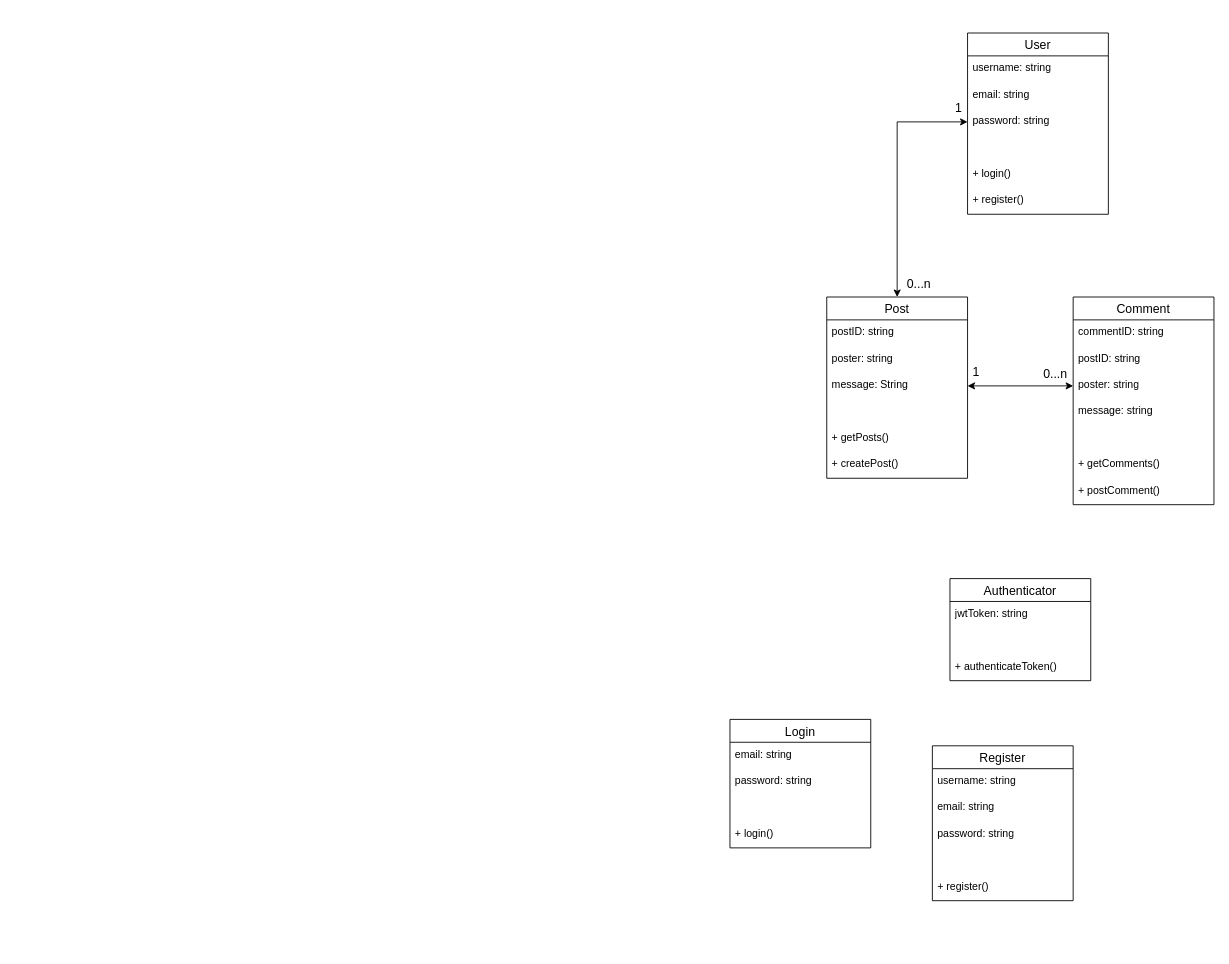
MiroRahkonen/Distributed-systems-project keeps this draw.io diagram as Documentation/UML-diagram.drawio. Above is the earlier version. Source tidied: cells renumbered, new cells numbered last; positions are measured from the earlier drawing's top-left corner, leaving out a move shared by most shapes. Both pictures are drawn from the tidied source at 88%, with x=0, y=0 at pixel (730, 33).
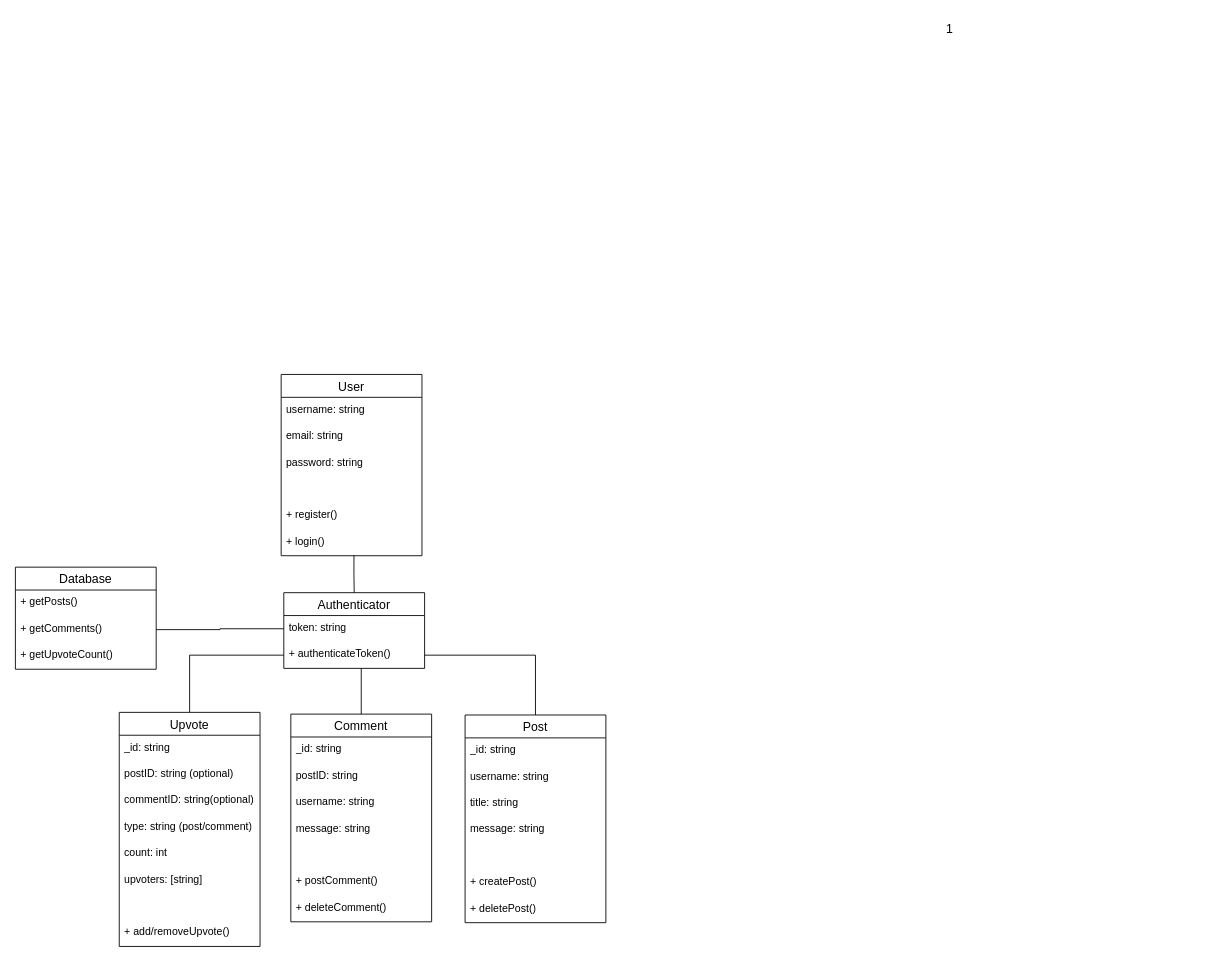
The same diagram, later.

Change to the diagram source:
```diff
@@
-    <mxCell id="2" style="edgeStyle=orthogonalEdgeStyle;rounded=0;jettySize=auto;html=1;exitX=0.5;exitY=0;exitDx=0;exitDy=0;entryX=0;entryY=0.5;entryDx=0;entryDy=0;startArrow=classic;startFill=1;" parent="1" edge="1" source="3" target="25">
-      <mxGeometry relative="1" as="geometry" />
-    </mxCell>
+    <mxCell id="45" style="edgeStyle=orthogonalEdgeStyle;rounded=0;jettySize=auto;html=1;exitX=0.5;exitY=0;exitDx=0;exitDy=0;entryX=1;entryY=0.5;entryDx=0;entryDy=0;endArrow=none;endFill=0;" parent="1" edge="1" source="3" target="21">
+      <mxGeometry relative="1" as="geometry" />
+    </mxCell>
     <mxCell id="3" value="Post" style="swimlane;fontStyle=0;horizontal=1;startSize=26;align=center;fontSize=14;" parent="1" vertex="1">
-      <mxGeometry x="110" y="300" width="160" height="206" as="geometry" />
+      <mxGeometry x="-301" y="775" width="160" height="236" as="geometry" />
     </mxCell>
-    <mxCell id="4" value="postID: string" style="text;strokeColor=none;fillColor=none;spacingLeft=4;spacingRight=4;overflow=hidden;fontSize=12;whiteSpace=wrap;html=1;" parent="3" vertex="1">
+    <mxCell id="4" value="_id: string" style="text;strokeColor=none;fillColor=none;spacingLeft=4;spacingRight=4;overflow=hidden;fontSize=12;whiteSpace=wrap;html=1;" parent="3" vertex="1">
       <mxGeometry y="26" width="160" height="30" as="geometry" />
     </mxCell>
-    <mxCell id="5" value="poster: string" style="text;strokeColor=none;fillColor=none;spacingLeft=4;spacingRight=4;overflow=hidden;fontSize=12;whiteSpace=wrap;html=1;" parent="3" vertex="1">
+    <mxCell id="5" value="username: string" style="text;strokeColor=none;fillColor=none;spacingLeft=4;spacingRight=4;overflow=hidden;fontSize=12;whiteSpace=wrap;html=1;" parent="3" vertex="1">
       <mxGeometry y="56" width="160" height="30" as="geometry" />
     </mxCell>
-    <mxCell id="6" value="message: String" style="text;strokeColor=none;fillColor=none;spacingLeft=4;spacingRight=4;overflow=hidden;points=[[0,0.5],[1,0.5]];portConstraint=eastwest;fontSize=12;whiteSpace=wrap;html=1;" parent="3" vertex="1">
+    <mxCell id="6" value="title: string" style="text;strokeColor=none;fillColor=none;spacingLeft=4;spacingRight=4;overflow=hidden;points=[[0,0.5],[1,0.5]];portConstraint=eastwest;fontSize=12;whiteSpace=wrap;html=1;" parent="3" vertex="1">
       <mxGeometry y="86" width="160" height="30" as="geometry" />
     </mxCell>
-    <mxCell id="7" style="text;strokeColor=none;fillColor=none;spacingLeft=4;spacingRight=4;overflow=hidden;fontSize=12;whiteSpace=wrap;html=1;" parent="3" vertex="1">
-      <mxGeometry y="116" width="160" height="30" as="geometry" />
-    </mxCell>
-    <mxCell id="8" value="+ getPosts()" style="text;strokeColor=none;fillColor=none;spacingLeft=4;spacingRight=4;overflow=hidden;fontSize=12;whiteSpace=wrap;html=1;" parent="3" vertex="1">
-      <mxGeometry y="146" width="160" height="30" as="geometry" />
-    </mxCell>
+    <mxCell id="46" value="message: string" style="text;strokeColor=none;fillColor=none;spacingLeft=4;spacingRight=4;overflow=hidden;fontSize=12;whiteSpace=wrap;html=1;" parent="3" vertex="1">
+      <mxGeometry y="116" width="160" height="30" as="geometry" />
+    </mxCell>
+    <mxCell id="47" value="&amp;nbsp; &amp;nbsp;" style="text;strokeColor=none;fillColor=none;spacingLeft=4;spacingRight=4;overflow=hidden;fontSize=12;whiteSpace=wrap;html=1;" parent="3" vertex="1">
+      <mxGeometry y="146" width="160" height="30" as="geometry" />
+    </mxCell>
@@
+    <mxCell id="48" value="+ deletePost()" style="text;strokeColor=none;fillColor=none;spacingLeft=4;spacingRight=4;overflow=hidden;fontSize=12;whiteSpace=wrap;html=1;" parent="3" vertex="1">
+      <mxGeometry y="206" width="160" height="30" as="geometry" />
+    </mxCell>
+    <mxCell id="49" style="edgeStyle=orthogonalEdgeStyle;rounded=0;jettySize=auto;html=1;exitX=0.5;exitY=0;exitDx=0;exitDy=0;entryX=0.55;entryY=0.987;entryDx=0;entryDy=0;entryPerimeter=0;endArrow=none;endFill=0;" parent="1" edge="1" source="10" target="21">
+      <mxGeometry relative="1" as="geometry" />
+    </mxCell>
     <mxCell id="10" value="Comment" style="swimlane;fontStyle=0;horizontal=1;startSize=26;align=center;fontSize=14;" parent="1" vertex="1">
-      <mxGeometry x="390" y="300" width="160" height="236" as="geometry" />
+      <mxGeometry x="-499" y="774" width="160" height="236" as="geometry" />
     </mxCell>
-    <mxCell id="11" value="commentID: string" style="text;strokeColor=none;fillColor=none;spacingLeft=4;spacingRight=4;overflow=hidden;fontSize=12;whiteSpace=wrap;html=1;" parent="10" vertex="1">
+    <mxCell id="11" value="_id: string" style="text;strokeColor=none;fillColor=none;spacingLeft=4;spacingRight=4;overflow=hidden;fontSize=12;whiteSpace=wrap;html=1;" parent="10" vertex="1">
       <mxGeometry y="26" width="160" height="30" as="geometry" />
     </mxCell>
@@
-    <mxCell id="13" value="poster: string" style="text;strokeColor=none;fillColor=none;spacingLeft=4;spacingRight=4;overflow=hidden;points=[[0,0.5],[1,0.5]];portConstraint=eastwest;fontSize=12;whiteSpace=wrap;html=1;" parent="10" vertex="1">
+    <mxCell id="13" value="username: string" style="text;strokeColor=none;fillColor=none;spacingLeft=4;spacingRight=4;overflow=hidden;points=[[0,0.5],[1,0.5]];portConstraint=eastwest;fontSize=12;whiteSpace=wrap;html=1;" parent="10" vertex="1">
       <mxGeometry y="86" width="160" height="30" as="geometry" />
     </mxCell>
@@
-    <mxCell id="16" value="+ getComments()" style="text;strokeColor=none;fillColor=none;spacingLeft=4;spacingRight=4;overflow=hidden;points=[[0,0.5],[1,0.5]];portConstraint=eastwest;fontSize=12;whiteSpace=wrap;html=1;" parent="10" vertex="1">
-      <mxGeometry y="176" width="160" height="30" as="geometry" />
-    </mxCell>
     <mxCell id="17" value="+ postComment()" style="text;strokeColor=none;fillColor=none;spacingLeft=4;spacingRight=4;overflow=hidden;fontSize=12;whiteSpace=wrap;html=1;" parent="10" vertex="1">
-      <mxGeometry y="206" width="160" height="30" as="geometry" />
+      <mxGeometry y="176" width="160" height="30" as="geometry" />
     </mxCell>
-    <mxCell id="18" value="Authenticator" style="swimlane;fontStyle=0;horizontal=1;startSize=26;align=center;fontSize=14;" parent="1" vertex="1">
-      <mxGeometry x="250" y="620" width="160" height="116" as="geometry" />
-    </mxCell>
-    <mxCell id="19" value="jwtToken: string" style="text;strokeColor=none;fillColor=none;spacingLeft=4;spacingRight=4;overflow=hidden;fontSize=12;whiteSpace=wrap;html=1;" parent="18" vertex="1">
-      <mxGeometry y="26" width="160" height="30" as="geometry" />
-    </mxCell>
-    <mxCell id="20" style="text;strokeColor=none;fillColor=none;spacingLeft=4;spacingRight=4;overflow=hidden;fontSize=12;whiteSpace=wrap;html=1;" parent="18" vertex="1">
-      <mxGeometry y="56" width="160" height="30" as="geometry" />
-    </mxCell>
-    <mxCell id="21" value="+ authenticateToken()" style="text;strokeColor=none;fillColor=none;spacingLeft=4;spacingRight=4;overflow=hidden;points=[[0,0.5],[1,0.5]];portConstraint=eastwest;fontSize=12;whiteSpace=wrap;html=1;" parent="18" vertex="1">
-      <mxGeometry y="86" width="160" height="30" as="geometry" />
-    </mxCell>
+    <mxCell id="50" value="+ deleteComment()" style="text;strokeColor=none;fillColor=none;spacingLeft=4;spacingRight=4;overflow=hidden;fontSize=12;whiteSpace=wrap;html=1;" parent="10" vertex="1">
+      <mxGeometry y="206" width="160" height="30" as="geometry" />
+    </mxCell>
     <mxCell id="22" value="User" style="swimlane;fontStyle=0;horizontal=1;startSize=26;align=center;fontSize=14;" parent="1" vertex="1">
-      <mxGeometry x="270" width="160" height="206" as="geometry" />
+      <mxGeometry x="-510" y="388" width="160" height="206" as="geometry" />
     </mxCell>
@@
-    <mxCell id="24" value="email: string" style="text;strokeColor=none;fillColor=none;spacingLeft=4;spacingRight=4;overflow=hidden;fontSize=12;whiteSpace=wrap;html=1;" parent="22" vertex="1">
-      <mxGeometry y="56" width="160" height="30" as="geometry" />
-    </mxCell>
-    <mxCell id="25" value="password: string" style="text;strokeColor=none;fillColor=none;spacingLeft=4;spacingRight=4;overflow=hidden;points=[[0,0.5],[1,0.5]];portConstraint=eastwest;fontSize=12;whiteSpace=wrap;html=1;" parent="22" vertex="1">
-      <mxGeometry y="86" width="160" height="30" as="geometry" />
+    <mxCell id="25" value="email: string" style="text;strokeColor=none;fillColor=none;spacingLeft=4;spacingRight=4;overflow=hidden;points=[[0,0.5],[1,0.5]];portConstraint=eastwest;fontSize=12;whiteSpace=wrap;html=1;" parent="22" vertex="1">
+      <mxGeometry y="56" width="160" height="30" as="geometry" />
     </mxCell>
-    <mxCell id="26" style="text;strokeColor=none;fillColor=none;spacingLeft=4;spacingRight=4;overflow=hidden;fontSize=12;whiteSpace=wrap;html=1;" parent="22" vertex="1">
-      <mxGeometry y="116" width="160" height="30" as="geometry" />
-    </mxCell>
-    <mxCell id="27" value="+ login()" style="text;strokeColor=none;fillColor=none;spacingLeft=4;spacingRight=4;overflow=hidden;fontSize=12;whiteSpace=wrap;html=1;" parent="22" vertex="1">
-      <mxGeometry y="146" width="160" height="30" as="geometry" />
-    </mxCell>
-    <mxCell id="28" value="+ register()" style="text;strokeColor=none;fillColor=none;spacingLeft=4;spacingRight=4;overflow=hidden;fontSize=12;whiteSpace=wrap;html=1;" parent="22" vertex="1">
-      <mxGeometry y="176" width="160" height="30" as="geometry" />
-    </mxCell>
-    <mxCell id="29" value="Login" style="swimlane;fontStyle=0;horizontal=1;startSize=26;align=center;fontSize=14;" parent="1" vertex="1">
-      <mxGeometry y="780" width="160" height="146" as="geometry" />
-    </mxCell>
-    <mxCell id="30" value="email: string" style="text;strokeColor=none;fillColor=none;spacingLeft=4;spacingRight=4;overflow=hidden;fontSize=12;whiteSpace=wrap;html=1;" parent="29" vertex="1">
-      <mxGeometry y="26" width="160" height="30" as="geometry" />
-    </mxCell>
-    <mxCell id="31" value="password: string" style="text;strokeColor=none;fillColor=none;spacingLeft=4;spacingRight=4;overflow=hidden;fontSize=12;whiteSpace=wrap;html=1;" parent="29" vertex="1">
-      <mxGeometry y="56" width="160" height="30" as="geometry" />
-    </mxCell>
-    <mxCell id="32" style="text;strokeColor=none;fillColor=none;spacingLeft=4;spacingRight=4;overflow=hidden;fontSize=12;whiteSpace=wrap;html=1;" parent="29" vertex="1">
-      <mxGeometry y="86" width="160" height="30" as="geometry" />
-    </mxCell>
-    <mxCell id="33" value="+ login()" style="text;strokeColor=none;fillColor=none;spacingLeft=4;spacingRight=4;overflow=hidden;fontSize=12;whiteSpace=wrap;html=1;" parent="29" vertex="1">
-      <mxGeometry y="116" width="160" height="30" as="geometry" />
-    </mxCell>
-    <mxCell id="34" value="Register" style="swimlane;fontStyle=0;horizontal=1;startSize=26;align=center;fontSize=14;" parent="1" vertex="1">
-      <mxGeometry x="230" y="810" width="160" height="176" as="geometry" />
-    </mxCell>
-    <mxCell id="35" value="username: string" style="text;strokeColor=none;fillColor=none;spacingLeft=4;spacingRight=4;overflow=hidden;fontSize=12;whiteSpace=wrap;html=1;" parent="34" vertex="1">
-      <mxGeometry y="26" width="160" height="30" as="geometry" />
-    </mxCell>
-    <mxCell id="36" value="email: string" style="text;strokeColor=none;fillColor=none;spacingLeft=4;spacingRight=4;overflow=hidden;fontSize=12;whiteSpace=wrap;html=1;" parent="34" vertex="1">
-      <mxGeometry y="56" width="160" height="30" as="geometry" />
-    </mxCell>
-    <mxCell id="37" value="password: string" style="text;strokeColor=none;fillColor=none;spacingLeft=4;spacingRight=4;overflow=hidden;fontSize=12;whiteSpace=wrap;html=1;" parent="34" vertex="1">
+    <mxCell id="37" value="password: string" style="text;strokeColor=none;fillColor=none;spacingLeft=4;spacingRight=4;overflow=hidden;fontSize=12;whiteSpace=wrap;html=1;" parent="22" vertex="1">
       <mxGeometry y="86" width="160" height="30" as="geometry" />
     </mxCell>
-    <mxCell id="38" style="text;strokeColor=none;fillColor=none;spacingLeft=4;spacingRight=4;overflow=hidden;fontSize=12;whiteSpace=wrap;html=1;" parent="34" vertex="1">
-      <mxGeometry y="116" width="160" height="30" as="geometry" />
-    </mxCell>
+    <mxCell id="51" value="&amp;nbsp; &amp;nbsp; &amp;nbsp;" style="text;strokeColor=none;fillColor=none;spacingLeft=4;spacingRight=4;overflow=hidden;fontSize=12;whiteSpace=wrap;html=1;" parent="22" vertex="1">
+      <mxGeometry y="116" width="160" height="30" as="geometry" />
+    </mxCell>
-    <mxCell id="39" value="+ register()" style="text;strokeColor=none;fillColor=none;spacingLeft=4;spacingRight=4;overflow=hidden;fontSize=12;whiteSpace=wrap;html=1;" parent="34" vertex="1">
+    <mxCell id="39" value="+ register()" style="text;strokeColor=none;fillColor=none;spacingLeft=4;spacingRight=4;overflow=hidden;fontSize=12;whiteSpace=wrap;html=1;" parent="22" vertex="1">
       <mxGeometry y="146" width="160" height="30" as="geometry" />
     </mxCell>
-    <mxCell id="40" style="edgeStyle=orthogonalEdgeStyle;rounded=0;jettySize=auto;html=1;exitX=1;exitY=0.5;exitDx=0;exitDy=0;entryX=0;entryY=0.5;entryDx=0;entryDy=0;startArrow=classic;startFill=1;" parent="1" edge="1" source="6" target="13">
-      <mxGeometry relative="1" as="geometry" />
-    </mxCell>
-    <mxCell id="41" value="&lt;font style=&quot;font-size: 14px;&quot;&gt;0...n&lt;/font&gt;" style="text;html=1;strokeColor=none;fillColor=none;align=center;verticalAlign=middle;whiteSpace=wrap;rounded=0;" parent="1" vertex="1">
-      <mxGeometry x="340" y="373" width="60" height="30" as="geometry" />
-    </mxCell>
+    <mxCell id="52" value="+ login()" style="text;strokeColor=none;fillColor=none;spacingLeft=4;spacingRight=4;overflow=hidden;points=[[0,0.5],[1,0.5]];portConstraint=eastwest;fontSize=12;whiteSpace=wrap;html=1;" parent="22" vertex="1">
+      <mxGeometry y="176" width="160" height="30" as="geometry" />
+    </mxCell>
     <mxCell id="42" value="&lt;font style=&quot;font-size: 14px;&quot;&gt;1&lt;/font&gt;" style="text;html=1;strokeColor=none;fillColor=none;align=center;verticalAlign=middle;whiteSpace=wrap;rounded=0;" parent="1" vertex="1">
-      <mxGeometry x="250" y="70" width="20" height="30" as="geometry" />
+      <mxGeometry x="240" y="-20" width="20" height="30" as="geometry" />
     </mxCell>
-    <mxCell id="43" value="&lt;font style=&quot;font-size: 14px;&quot;&gt;1&lt;/font&gt;" style="text;html=1;strokeColor=none;fillColor=none;align=center;verticalAlign=middle;whiteSpace=wrap;rounded=0;" parent="1" vertex="1">
-      <mxGeometry x="270" y="370" width="20" height="30" as="geometry" />
-    </mxCell>
-    <mxCell id="44" value="&lt;font style=&quot;font-size: 14px;&quot;&gt;0...n&lt;/font&gt;" style="text;html=1;strokeColor=none;fillColor=none;align=center;verticalAlign=middle;whiteSpace=wrap;rounded=0;" parent="1" vertex="1">
-      <mxGeometry x="200" y="270" width="30" height="30" as="geometry" />
-    </mxCell>
+    <mxCell id="53" value="Upvote" style="swimlane;fontStyle=0;horizontal=1;startSize=26;align=center;fontSize=14;" parent="1" vertex="1">
+      <mxGeometry x="-694" y="772" width="160" height="266" as="geometry" />
+    </mxCell>
+    <mxCell id="54" value="_id: string" style="text;strokeColor=none;fillColor=none;spacingLeft=4;spacingRight=4;overflow=hidden;fontSize=12;whiteSpace=wrap;html=1;" parent="53" vertex="1">
+      <mxGeometry y="26" width="160" height="30" as="geometry" />
+    </mxCell>
+    <mxCell id="55" value="postID: string (optional)" style="text;strokeColor=none;fillColor=none;spacingLeft=4;spacingRight=4;overflow=hidden;fontSize=12;whiteSpace=wrap;html=1;" parent="53" vertex="1">
+      <mxGeometry y="56" width="160" height="30" as="geometry" />
+    </mxCell>
+    <mxCell id="56" value="commentID: string(optional)" style="text;strokeColor=none;fillColor=none;spacingLeft=4;spacingRight=4;overflow=hidden;fontSize=12;whiteSpace=wrap;html=1;" parent="53" vertex="1">
+      <mxGeometry y="86" width="160" height="30" as="geometry" />
+    </mxCell>
+    <mxCell id="57" value="type: string (post/comment)" style="text;strokeColor=none;fillColor=none;spacingLeft=4;spacingRight=4;overflow=hidden;fontSize=12;whiteSpace=wrap;html=1;" parent="53" vertex="1">
+      <mxGeometry y="116" width="160" height="30" as="geometry" />
+    </mxCell>
+    <mxCell id="58" value="count: int" style="text;strokeColor=none;fillColor=none;spacingLeft=4;spacingRight=4;overflow=hidden;fontSize=12;whiteSpace=wrap;html=1;" parent="53" vertex="1">
+      <mxGeometry y="146" width="160" height="30" as="geometry" />
+    </mxCell>
+    <mxCell id="59" value="upvoters: [string]" style="text;strokeColor=none;fillColor=none;spacingLeft=4;spacingRight=4;overflow=hidden;fontSize=12;whiteSpace=wrap;html=1;" parent="53" vertex="1">
+      <mxGeometry y="176" width="160" height="30" as="geometry" />
+    </mxCell>
+    <mxCell id="60" value="&amp;nbsp; &amp;nbsp;" style="text;strokeColor=none;fillColor=none;spacingLeft=4;spacingRight=4;overflow=hidden;fontSize=12;whiteSpace=wrap;html=1;" parent="53" vertex="1">
+      <mxGeometry y="206" width="160" height="30" as="geometry" />
+    </mxCell>
+    <mxCell id="61" value="+ add/removeUpvote()" style="text;strokeColor=none;fillColor=none;spacingLeft=4;spacingRight=4;overflow=hidden;fontSize=12;whiteSpace=wrap;html=1;" parent="53" vertex="1">
+      <mxGeometry y="236" width="160" height="30" as="geometry" />
+    </mxCell>
+    <mxCell id="18" value="Authenticator" style="swimlane;fontStyle=0;horizontal=1;startSize=26;align=center;fontSize=14;" parent="1" vertex="1">
+      <mxGeometry x="-507" y="636" width="160" height="86" as="geometry" />
+    </mxCell>
+    <mxCell id="62" value="token: string" style="text;strokeColor=none;fillColor=none;spacingLeft=4;spacingRight=4;overflow=hidden;points=[[0,0.5],[1,0.5]];portConstraint=eastwest;fontSize=12;whiteSpace=wrap;html=1;" parent="18" vertex="1">
+      <mxGeometry y="26" width="160" height="30" as="geometry" />
+    </mxCell>
+    <mxCell id="21" value="+ authenticateToken()" style="text;strokeColor=none;fillColor=none;spacingLeft=4;spacingRight=4;overflow=hidden;points=[[0,0.5],[1,0.5]];portConstraint=eastwest;fontSize=12;whiteSpace=wrap;html=1;" parent="18" vertex="1">
+      <mxGeometry y="56" width="160" height="30" as="geometry" />
+    </mxCell>
+    <mxCell id="63" style="edgeStyle=orthogonalEdgeStyle;rounded=0;jettySize=auto;html=1;exitX=0;exitY=0.5;exitDx=0;exitDy=0;entryX=0.5;entryY=0;entryDx=0;entryDy=0;endArrow=none;endFill=0;" parent="1" edge="1" source="21" target="53">
+      <mxGeometry relative="1" as="geometry" />
+    </mxCell>
+    <mxCell id="64" style="edgeStyle=orthogonalEdgeStyle;rounded=0;jettySize=auto;html=1;exitX=0.517;exitY=0.981;exitDx=0;exitDy=0;entryX=0.5;entryY=0;entryDx=0;entryDy=0;exitPerimeter=0;endArrow=none;endFill=0;" parent="1" edge="1" source="52" target="18">
+      <mxGeometry relative="1" as="geometry" />
+    </mxCell>
+    <mxCell id="65" value="Database" style="swimlane;fontStyle=0;horizontal=1;startSize=26;align=center;fontSize=14;" parent="1" vertex="1">
+      <mxGeometry x="-812" y="607" width="160" height="116" as="geometry" />
+    </mxCell>
+    <mxCell id="8" value="+ getPosts()" style="text;strokeColor=none;fillColor=none;spacingLeft=4;spacingRight=4;overflow=hidden;fontSize=12;whiteSpace=wrap;html=1;" parent="65" vertex="1">
+      <mxGeometry y="26" width="160" height="30" as="geometry" />
+    </mxCell>
+    <mxCell id="16" value="+ getComments()" style="text;strokeColor=none;fillColor=none;spacingLeft=4;spacingRight=4;overflow=hidden;points=[[0,0.5],[1,0.5]];portConstraint=eastwest;fontSize=12;whiteSpace=wrap;html=1;" parent="65" vertex="1">
+      <mxGeometry y="56" width="160" height="30" as="geometry" />
+    </mxCell>
+    <mxCell id="66" value="+ getUpvoteCount()" style="text;strokeColor=none;fillColor=none;spacingLeft=4;spacingRight=4;overflow=hidden;fontSize=12;whiteSpace=wrap;html=1;" parent="65" vertex="1">
+      <mxGeometry y="86" width="160" height="30" as="geometry" />
+    </mxCell>
+    <mxCell id="67" style="edgeStyle=orthogonalEdgeStyle;rounded=0;jettySize=auto;html=1;exitX=0;exitY=0.5;exitDx=0;exitDy=0;entryX=1;entryY=0.5;entryDx=0;entryDy=0;endArrow=none;endFill=0;" parent="1" edge="1" source="62" target="16">
+      <mxGeometry relative="1" as="geometry" />
+    </mxCell>
```
